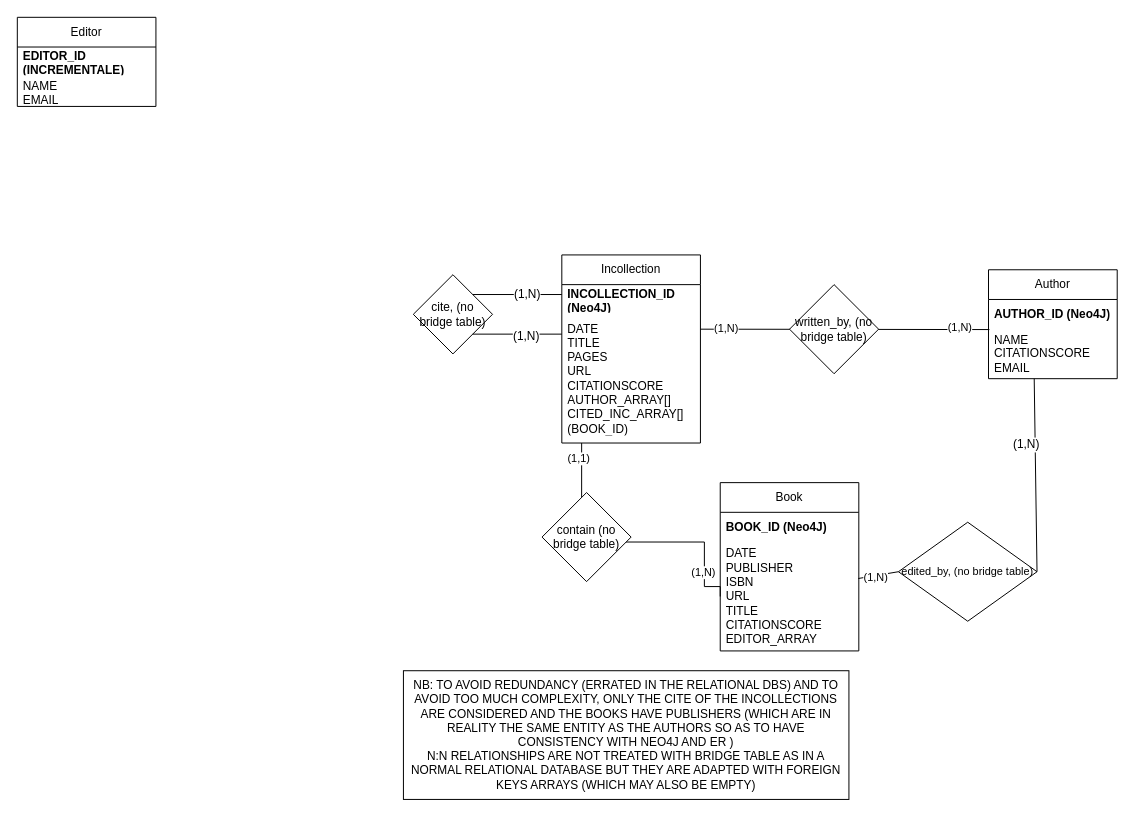
Earlier version of the draw.io diagram Spark(3rd_delivery)/SparkSchema.drawio (MarcoLucaPrevitera/BigData-Project). Source tidied: cells renumbered, new cells numbered last; positions are measured from the earlier drawing's top-left corner, leaving out a move shared by most shapes. Both pictures are drawn from the tidied source at 99%, with x=0, y=0 at pixel (17, 17).
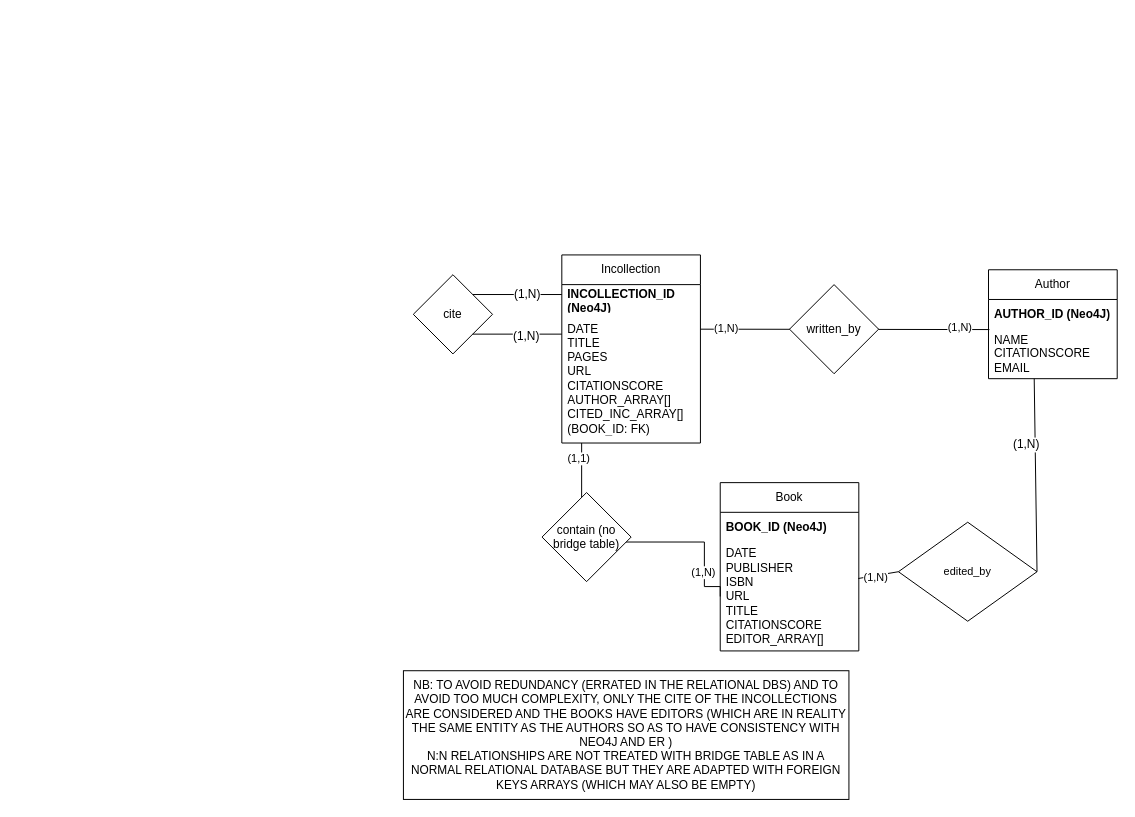
The same diagram, later.

The change refers to these unchanged cells:
```xml
<mxCell id="2" value="Book" style="swimlane;fontStyle=0;horizontal=1;startSize=30;whiteSpace=wrap;html=1;" parent="1" vertex="1">
  <mxGeometry x="710" y="470" width="140" height="170" as="geometry" />
</mxCell>
<mxCell id="8" value="Incollection" style="swimlane;fontStyle=0;horizontal=1;startSize=30;whiteSpace=wrap;html=1;" parent="1" vertex="1">
  <mxGeometry x="550" y="240" width="140" height="190" as="geometry" />
</mxCell>
```

What changed in the source:
```diff
@@
-    <mxCell id="4" value="DATE&lt;br&gt;PUBLISHER&lt;br&gt;ISBN&lt;br&gt;URL&lt;br&gt;TITLE&lt;br&gt;CITATIONSCORE&lt;br&gt;EDITOR_ARRAY" style="text;strokeColor=none;fillColor=none;align=left;verticalAlign=middle;spacingLeft=4;spacingRight=4;overflow=hidden;points=[[0,0.5],[1,0.5]];portConstraint=eastwest;whiteSpace=wrap;html=1;" parent="2" vertex="1">
+    <mxCell id="4" value="DATE&lt;br&gt;PUBLISHER&lt;br&gt;ISBN&lt;br&gt;URL&lt;br&gt;TITLE&lt;br&gt;CITATIONSCORE&lt;br&gt;EDITOR_ARRAY[]" style="text;strokeColor=none;fillColor=none;align=left;verticalAlign=middle;spacingLeft=4;spacingRight=4;overflow=hidden;points=[[0,0.5],[1,0.5]];portConstraint=eastwest;whiteSpace=wrap;html=1;" parent="2" vertex="1">
       <mxGeometry y="60" width="140" height="110" as="geometry" />
     </mxCell>
@@
-    <mxCell id="10" value="DATE&lt;br&gt;TITLE&lt;br&gt;PAGES&lt;br&gt;URL&lt;br&gt;CITATIONSCORE&lt;br&gt;AUTHOR_ARRAY[]&lt;br&gt;CITED_INC_ARRAY[]&lt;br&gt;(BOOK_ID)" style="text;strokeColor=none;fillColor=none;align=left;verticalAlign=middle;spacingLeft=4;spacingRight=4;overflow=hidden;points=[[0,0.5],[1,0.5]];portConstraint=eastwest;whiteSpace=wrap;html=1;" parent="8" vertex="1">
+    <mxCell id="10" value="DATE&lt;br&gt;TITLE&lt;br&gt;PAGES&lt;br&gt;URL&lt;br&gt;CITATIONSCORE&lt;br&gt;AUTHOR_ARRAY[]&lt;br&gt;CITED_INC_ARRAY[]&lt;br&gt;(BOOK_ID: FK)" style="text;strokeColor=none;fillColor=none;align=left;verticalAlign=middle;spacingLeft=4;spacingRight=4;overflow=hidden;points=[[0,0.5],[1,0.5]];portConstraint=eastwest;whiteSpace=wrap;html=1;" parent="8" vertex="1">
       <mxGeometry y="60" width="140" height="130" as="geometry" />
     </mxCell>
@@
-    <mxCell id="17" value="cite, (no bridge table)" style="rhombus;whiteSpace=wrap;html=1;" parent="1" vertex="1">
+    <mxCell id="17" value="cite" style="rhombus;whiteSpace=wrap;html=1;" parent="1" vertex="1">
       <mxGeometry x="400" y="260" width="80" height="80" as="geometry" />
     </mxCell>
@@
-    <mxCell id="21" value="written_by, (no bridge table)" style="rhombus;whiteSpace=wrap;html=1;" parent="1" vertex="1">
+    <mxCell id="21" value="written_by" style="rhombus;whiteSpace=wrap;html=1;" parent="1" vertex="1">
       <mxGeometry x="780" y="270" width="90" height="90" as="geometry" />
     </mxCell>
@@
-    <mxCell id="24" value="&lt;font style=&quot;font-size: 11px;&quot;&gt;edited_by, (no bridge table)&lt;/font&gt;" style="rhombus;whiteSpace=wrap;html=1;" parent="1" vertex="1">
+    <mxCell id="24" value="&lt;font style=&quot;font-size: 11px;&quot;&gt;edited_by&lt;/font&gt;" style="rhombus;whiteSpace=wrap;html=1;" parent="1" vertex="1">
       <mxGeometry x="890" y="510" width="140" height="100" as="geometry" />
     </mxCell>
@@
-    <mxCell id="29" value="&lt;div&gt;NB: TO AVOID REDUNDANCY (ERRATED IN THE RELATIONAL DBS) AND TO AVOID TOO MUCH COMPLEXITY, ONLY THE CITE OF THE INCOLLECTIONS ARE CONSIDERED AND THE BOOKS HAVE PUBLISHERS (WHICH ARE IN REALITY THE SAME ENTITY AS THE AUTHORS SO AS TO HAVE CONSISTENCY WITH NEO4J AND ER )&lt;/div&gt;&lt;div&gt;N:N RELATIONSHIPS ARE NOT TREATED WITH BRIDGE TABLE AS IN A NORMAL RELATIONAL DATABASE BUT THEY ARE ADAPTED WITH FOREIGN KEYS ARRAYS&amp;nbsp;(WHICH MAY ALSO BE EMPTY)&lt;/div&gt;" style="rounded=0;whiteSpace=wrap;html=1;fontSize=12;" parent="1" vertex="1">
+    <mxCell id="29" value="&lt;div&gt;NB: TO AVOID REDUNDANCY (ERRATED IN THE RELATIONAL DBS) AND TO AVOID TOO MUCH COMPLEXITY, ONLY THE CITE OF THE INCOLLECTIONS ARE CONSIDERED AND THE BOOKS HAVE EDITORS (WHICH ARE IN REALITY THE SAME ENTITY AS THE AUTHORS SO AS TO HAVE CONSISTENCY WITH NEO4J AND ER )&lt;/div&gt;&lt;div&gt;N:N RELATIONSHIPS ARE NOT TREATED WITH BRIDGE TABLE AS IN A NORMAL RELATIONAL DATABASE BUT THEY ARE ADAPTED WITH FOREIGN KEYS ARRAYS&amp;nbsp;(WHICH MAY ALSO BE EMPTY)&lt;/div&gt;" style="rounded=0;whiteSpace=wrap;html=1;fontSize=12;" parent="1" vertex="1">
       <mxGeometry x="390" y="660" width="450" height="130" as="geometry" />
     </mxCell>
-    <mxCell id="30" value="Editor" style="swimlane;fontStyle=0;horizontal=1;startSize=30;whiteSpace=wrap;html=1;" parent="1" vertex="1">
-      <mxGeometry width="140" height="90" as="geometry" />
-    </mxCell>
-    <mxCell id="31" value="&lt;b&gt;EDITOR_ID (INCREMENTALE)&lt;/b&gt;" style="text;strokeColor=none;fillColor=none;align=left;verticalAlign=middle;spacingLeft=4;spacingRight=4;overflow=hidden;whiteSpace=wrap;html=1;" parent="30" vertex="1">
-      <mxGeometry y="30" width="140" height="30" as="geometry" />
-    </mxCell>
-    <mxCell id="32" value="NAME&lt;br&gt;EMAIL" style="text;strokeColor=none;fillColor=none;align=left;verticalAlign=middle;spacingLeft=4;spacingRight=4;overflow=hidden;whiteSpace=wrap;html=1;" parent="30" vertex="1">
-      <mxGeometry y="60" width="140" height="30" as="geometry" />
-    </mxCell>
```
